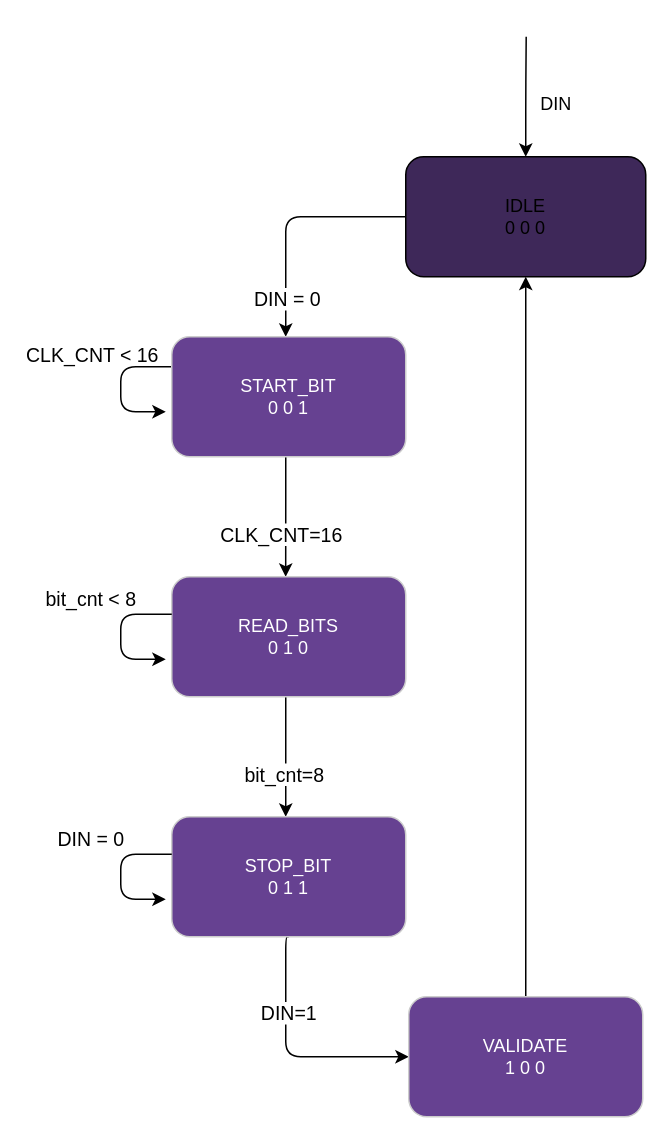
This is doc/FSM.drawio from freedfall/INC-project, a draw.io file, before an edit. Source tidied: cells renumbered, new cells numbered last; positions are measured from the earlier drawing's top-left corner, leaving out a move shared by most shapes. Both pictures are drawn from the tidied source at 150%, with x=0, y=0 at pixel (30, 36).
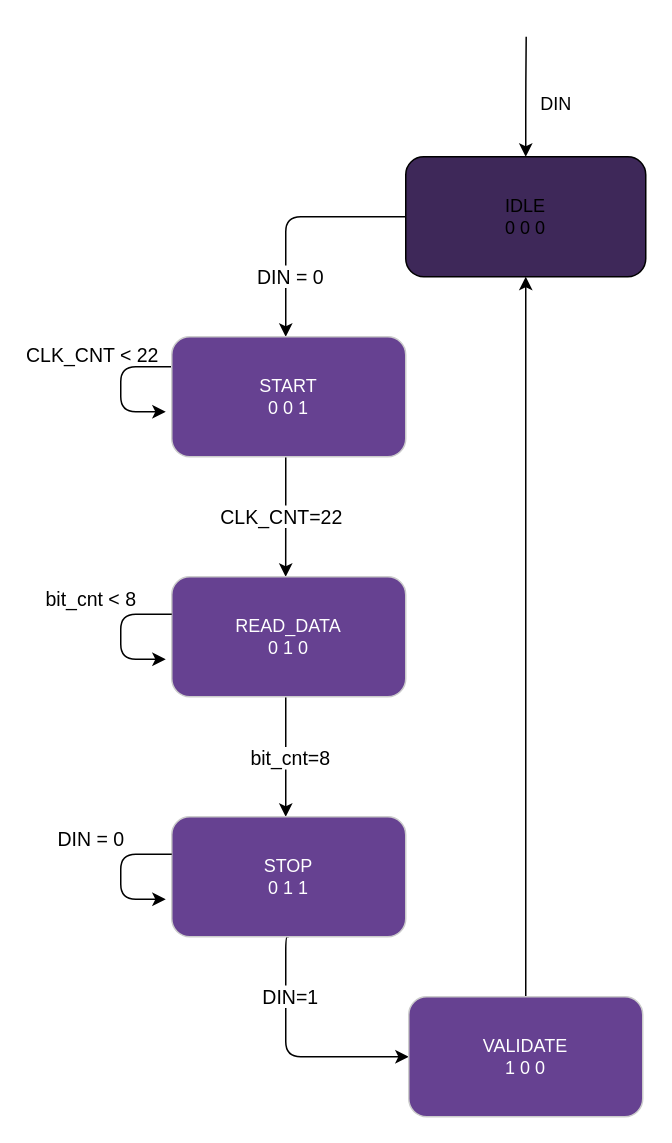
The same page after the edit.

Commit message:
start to readData switch condition changed

The change refers to these unchanged cells:
```xml
<mxCell id="3" style="edgeStyle=orthogonalEdgeStyle;html=1;startArrow=none;startFill=0;endArrow=classic;endFill=1;exitX=0;exitY=0.5;exitDx=0;exitDy=0;" parent="1" edge="1" source="5">
  <mxGeometry relative="1" as="geometry">
    <mxPoint x="170" y="200" as="targetPoint" />
    <Array as="points">
      <mxPoint x="170" y="120" />
      <mxPoint x="170" y="200" />
    </Array>
  </mxGeometry>
</mxCell>
<mxCell id="6" style="edgeStyle=orthogonalEdgeStyle;html=1;entryX=0.487;entryY=0;entryDx=0;entryDy=0;fontSize=13;startArrow=none;startFill=0;endArrow=classic;endFill=1;entryPerimeter=0;" parent="1" edge="1" source="10" target="13">
  <mxGeometry relative="1" as="geometry">
    <Array as="points">
      <mxPoint x="170" y="300" />
      <mxPoint x="170" y="300" />
    </Array>
  </mxGeometry>
</mxCell>
<mxCell id="8" style="edgeStyle=orthogonalEdgeStyle;html=1;fontSize=13;startArrow=none;startFill=0;endArrow=classic;endFill=1;" parent="1" edge="1" source="10">
  <mxGeometry relative="1" as="geometry">
    <mxPoint x="90" y="250" as="targetPoint" />
    <Array as="points">
      <mxPoint x="60" y="220" />
      <mxPoint x="60" y="250" />
    </Array>
  </mxGeometry>
</mxCell>
<mxCell id="11" style="edgeStyle=orthogonalEdgeStyle;html=1;fontSize=13;startArrow=none;startFill=0;endArrow=classic;endFill=1;" parent="1" edge="1" source="13">
  <mxGeometry relative="1" as="geometry">
    <mxPoint x="170" y="520" as="targetPoint" />
    <Array as="points">
      <mxPoint x="170" y="520" />
    </Array>
  </mxGeometry>
</mxCell>
<mxCell id="14" style="edgeStyle=orthogonalEdgeStyle;html=1;entryX=0;entryY=0.5;entryDx=0;entryDy=0;fontSize=13;startArrow=none;startFill=0;endArrow=classic;endFill=1;exitX=0.5;exitY=1;exitDx=0;exitDy=0;" parent="1" edge="1" source="16" target="18">
  <mxGeometry relative="1" as="geometry">
    <Array as="points">
      <mxPoint x="170" y="600" />
      <mxPoint x="170" y="680" />
    </Array>
  </mxGeometry>
</mxCell>
```

What changed in the source:
```diff
@@
     <mxCell id="4" value="&lt;font style=&quot;font-size: 13px;&quot;&gt;DIN = 0&lt;/font&gt;" style="edgeLabel;html=1;align=center;verticalAlign=middle;" parent="3" vertex="1">
-      <mxGeometry x="0.68" relative="1" as="geometry" />
+      <mxGeometry x="0.68" relative="1" as="geometry">
+        <mxPoint x="2" y="-15" as="offset" />
+      </mxGeometry>
     </mxCell>
@@
-    <mxCell id="7" value="CLK_CNT=16" style="edgeLabel;html=1;align=center;verticalAlign=middle;fontSize=13;" parent="6" vertex="1">
-      <mxGeometry x="0.29" y="-3" relative="1" as="geometry" />
+    <mxCell id="7" value="CLK_CNT=22" style="edgeLabel;html=1;align=center;verticalAlign=middle;fontSize=13;" parent="6" vertex="1">
+      <mxGeometry x="0.29" y="-3" relative="1" as="geometry">
+        <mxPoint y="-12" as="offset" />
+      </mxGeometry>
     </mxCell>
@@
-    <mxCell id="9" value="CLK_CNT &amp;lt; 16" style="edgeLabel;html=1;align=center;verticalAlign=middle;fontSize=13;rotation=0;" parent="8" vertex="1">
+    <mxCell id="9" value="CLK_CNT &amp;lt; 22" style="edgeLabel;html=1;align=center;verticalAlign=middle;fontSize=13;rotation=0;" parent="8" vertex="1">
       <mxGeometry x="0.19" y="1" relative="1" as="geometry">
         <mxPoint x="-21" y="-31" as="offset" />
       </mxGeometry>
     </mxCell>
-    <mxCell id="10" value="START_BIT&lt;br&gt;0 0 1" style="rounded=1;whiteSpace=wrap;html=1;fillColor=#664191;fontColor=#ffffff;strokeColor=#CCCCCC;" parent="1" vertex="1">
+    <mxCell id="10" value="START&lt;br&gt;0 0 1" style="rounded=1;whiteSpace=wrap;html=1;fillColor=#664191;fontColor=#ffffff;strokeColor=#CCCCCC;" parent="1" vertex="1">
       <mxGeometry x="94" y="200" width="156" height="80" as="geometry" />
     </mxCell>
@@
     <mxCell id="12" value="bit_cnt=8" style="edgeLabel;html=1;align=center;verticalAlign=middle;fontSize=13;" parent="11" vertex="1">
-      <mxGeometry x="0.27" y="-2" relative="1" as="geometry" />
+      <mxGeometry x="0.27" y="-2" relative="1" as="geometry">
+        <mxPoint x="4" y="-11" as="offset" />
+      </mxGeometry>
     </mxCell>
-    <mxCell id="13" value="READ_BITS&lt;br&gt;0 1 0" style="rounded=1;whiteSpace=wrap;html=1;fillColor=#664191;fontColor=#ffffff;strokeColor=#CCCCCC;" parent="1" vertex="1">
+    <mxCell id="13" value="READ_DATA&lt;br&gt;0 1 0" style="rounded=1;whiteSpace=wrap;html=1;fillColor=#664191;fontColor=#ffffff;strokeColor=#CCCCCC;" parent="1" vertex="1">
       <mxGeometry x="94" y="360" width="156" height="80" as="geometry" />
     </mxCell>
@@
     <mxCell id="15" value="DIN=1" style="edgeLabel;html=1;align=center;verticalAlign=middle;fontSize=13;" parent="14" vertex="1">
-      <mxGeometry x="-0.36" y="1" relative="1" as="geometry" />
+      <mxGeometry x="-0.36" y="1" relative="1" as="geometry">
+        <mxPoint x="1" y="-11" as="offset" />
+      </mxGeometry>
     </mxCell>
-    <mxCell id="16" value="STOP_BIT&lt;br&gt;0 1 1" style="rounded=1;whiteSpace=wrap;html=1;fillColor=#664191;fontColor=#ffffff;strokeColor=#CCCCCC;" parent="1" vertex="1">
+    <mxCell id="16" value="STOP&lt;br&gt;0 1 1" style="rounded=1;whiteSpace=wrap;html=1;fillColor=#664191;fontColor=#ffffff;strokeColor=#CCCCCC;" parent="1" vertex="1">
       <mxGeometry x="94" y="520" width="156" height="80" as="geometry" />
     </mxCell>
```
